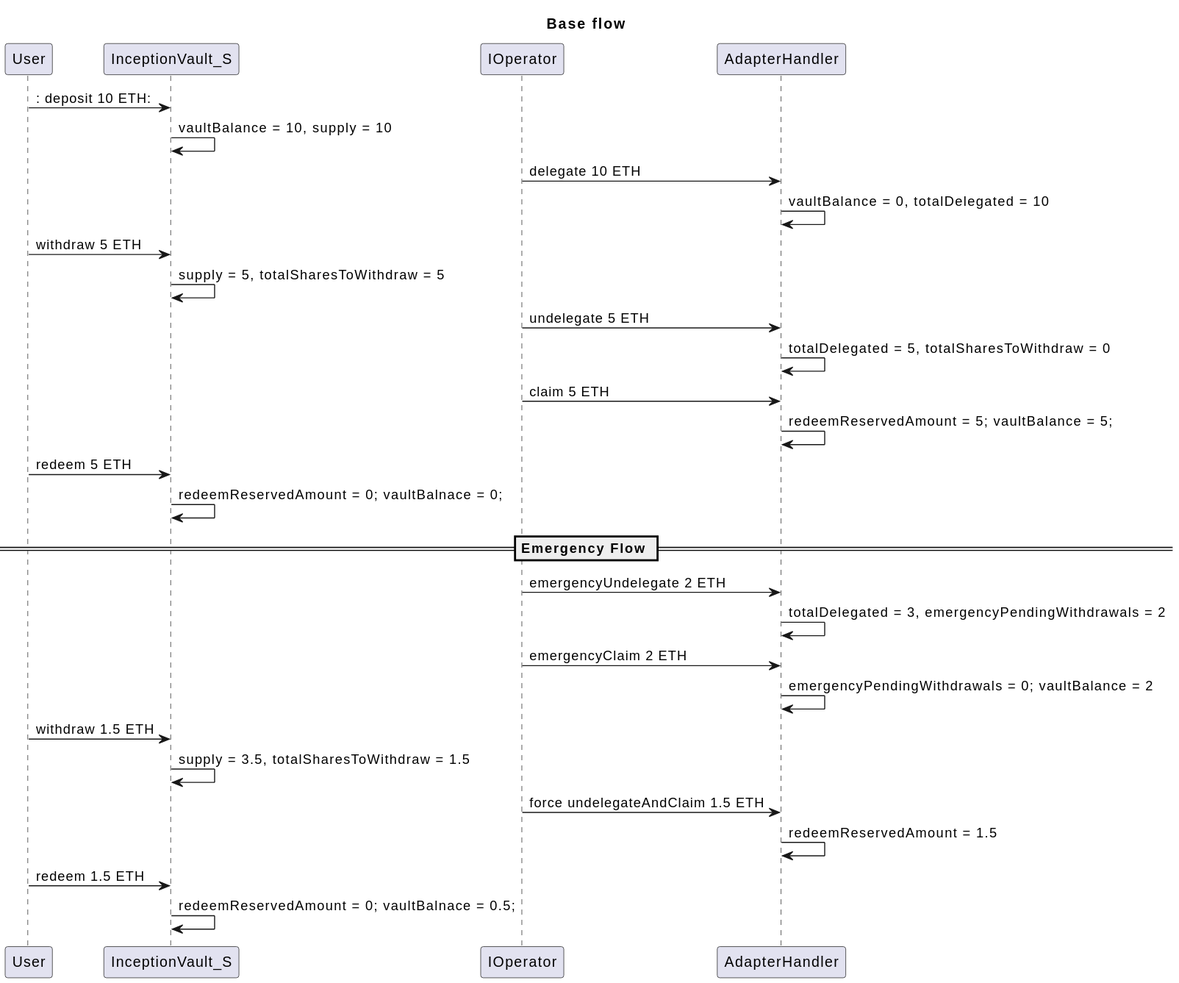
Earlier version of the PlantUML export projects/vaults/docs/ratio-flow.svg (inceptionlrt/smart-contracts).
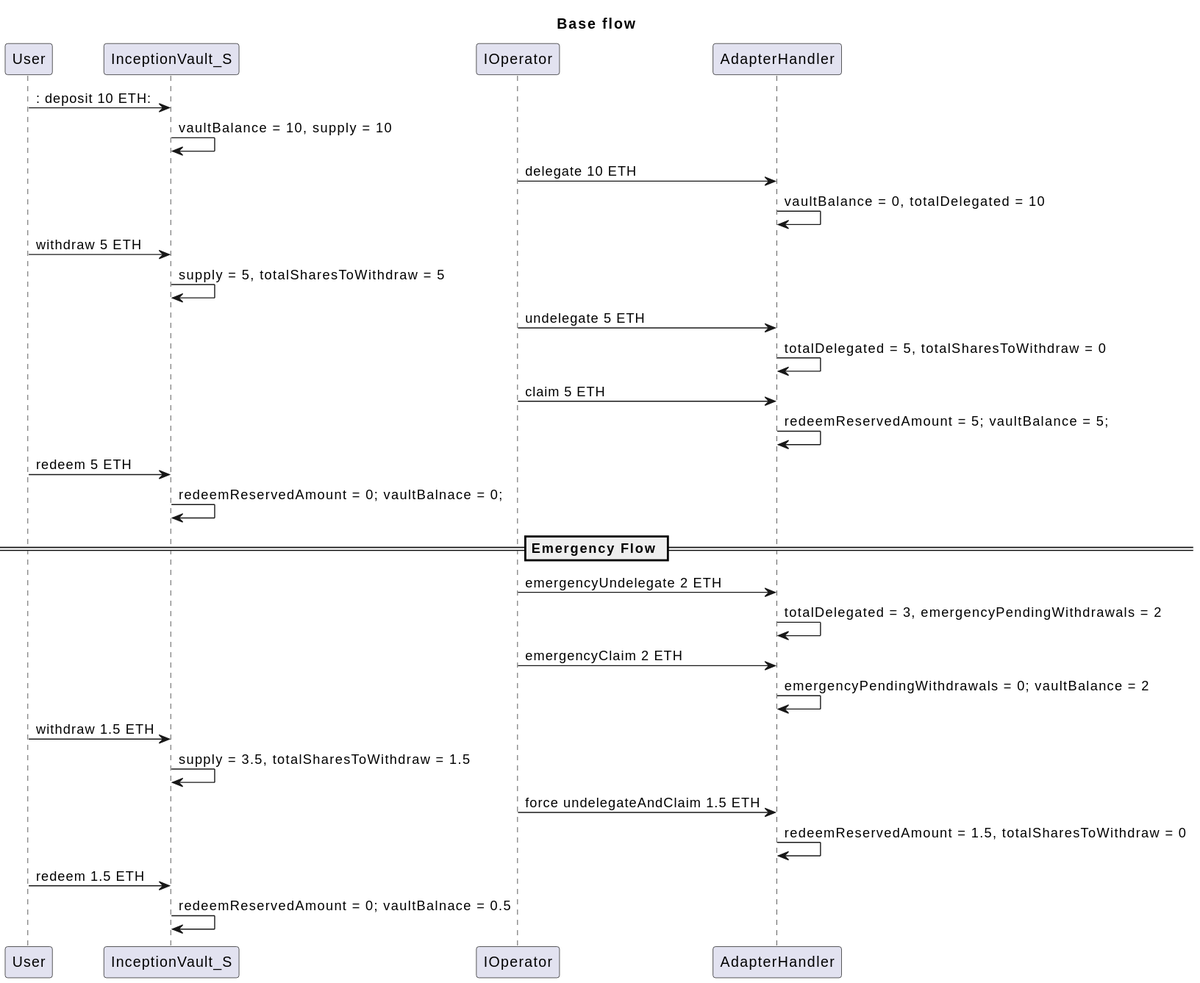
After the change.

The edit, as a diff of the source:
```diff
@@ -32,9 +32,9 @@
 InceptionVault_S -> InceptionVault_S: supply = 3.5, totalSharesToWithdraw = 1.5
 
 IOperator -> AdapterHandler: force undelegateAndClaim 1.5 ETH
-AdapterHandler -> AdapterHandler: redeemReservedAmount = 1.5
+AdapterHandler -> AdapterHandler: redeemReservedAmount = 1.5, totalSharesToWithdraw = 0
 
 
 User -> InceptionVault_S: redeem 1.5 ETH
-InceptionVault_S -> InceptionVault_S: redeemReservedAmount = 0; vaultBalnace = 0.5;
+InceptionVault_S -> InceptionVault_S: redeemReservedAmount = 0; vaultBalnace = 0.5
 @enduml
```
